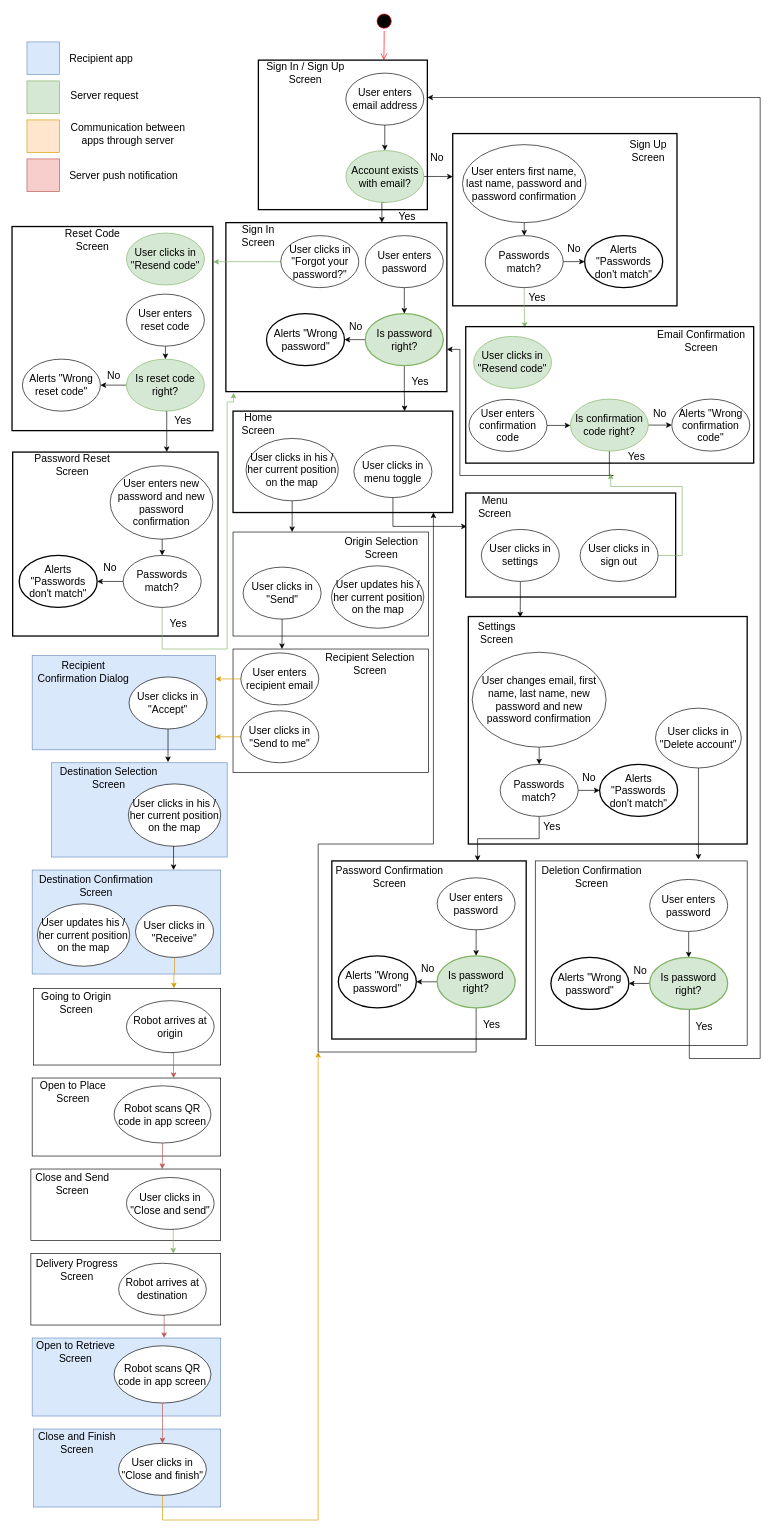
Before: app/modeling/App flowchart.drawio in developedby/DLVR, a draw.io diagram. Source tidied: cells renumbered, new cells numbered last; positions are measured from the earlier drawing's top-left corner, leaving out a move shared by most shapes. Both pictures are drawn from the tidied source at 65%, with x=0, y=0 at pixel (12, 11).
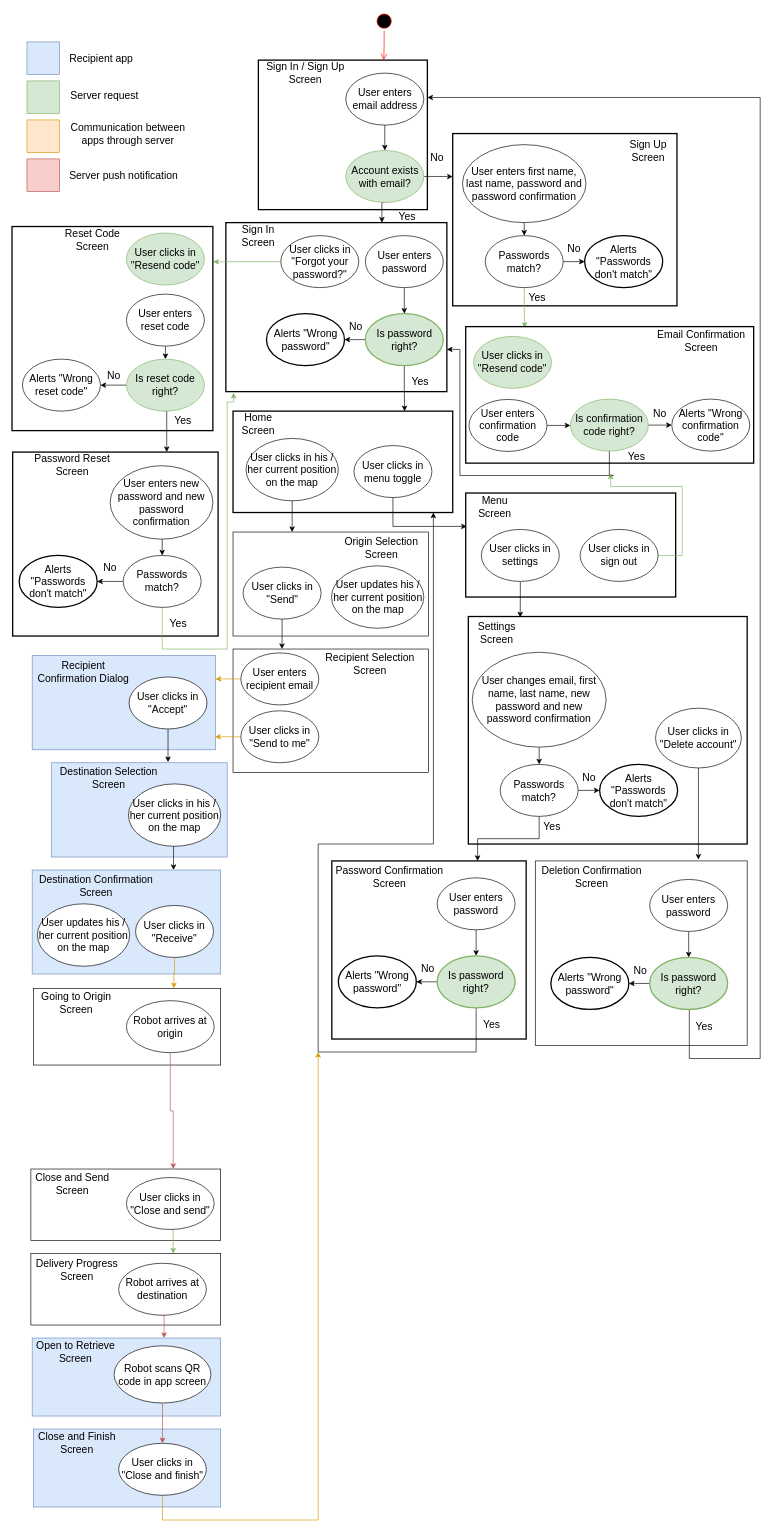
Above is the later version.

Commit message (it also covers changes not shown here):
Updated app flowchart

The change refers to these unchanged cells:
```xml
<mxCell id="138" value="&lt;font style=&quot;font-size: 16px&quot;&gt;Robot arrives at origin&lt;/font&gt;" style="ellipse;whiteSpace=wrap;html=1;" parent="1" vertex="1">
  <mxGeometry x="176" y="1522" width="135" height="80" as="geometry" />
</mxCell>
<mxCell id="143" style="rounded=0;whiteSpace=wrap;html=1;" parent="1" vertex="1">
  <mxGeometry x="29" y="1781" width="292" height="110" as="geometry" />
</mxCell>
```

What changed in the source:
```diff
@@
-    <mxCell id="137" style="edgeStyle=orthogonalEdgeStyle;rounded=0;jettySize=auto;html=1;exitX=0.5;exitY=1;exitDx=0;exitDy=0;entryX=0.75;entryY=0;entryDx=0;entryDy=0;fillColor=#f8cecc;strokeColor=#b85450;" parent="1" edge="1" source="138" target="139">
+    <mxCell id="137" style="edgeStyle=orthogonalEdgeStyle;rounded=0;jettySize=auto;html=1;exitX=0.5;exitY=1;exitDx=0;exitDy=0;entryX=0.75;entryY=0;entryDx=0;entryDy=0;fillColor=#f8cecc;strokeColor=#b85450;" parent="1" edge="1" source="138" target="143">
       <mxGeometry relative="1" as="geometry" />
     </mxCell>
@@
-    <mxCell id="139" style="rounded=0;whiteSpace=wrap;html=1;" parent="1" vertex="1">
-      <mxGeometry x="31" y="1641" width="290" height="120" as="geometry" />
-    </mxCell>
-    <mxCell id="140" value="&lt;font style=&quot;font-size: 16px&quot;&gt;Open to Place Screen&lt;/font&gt;" style="text;html=1;strokeColor=none;fillColor=none;align=center;verticalAlign=middle;whiteSpace=wrap;rounded=0;" parent="1" vertex="1">
-      <mxGeometry x="23" y="1653" width="142" height="20" as="geometry" />
-    </mxCell>
-    <mxCell id="141" style="edgeStyle=orthogonalEdgeStyle;rounded=0;jettySize=auto;html=1;exitX=0.5;exitY=1;exitDx=0;exitDy=0;entryX=0.692;entryY=0;entryDx=0;entryDy=0;entryPerimeter=0;fillColor=#f8cecc;strokeColor=#b85450;" parent="1" edge="1" source="142" target="143">
-      <mxGeometry relative="1" as="geometry" />
-    </mxCell>
-    <mxCell id="142" value="&lt;font style=&quot;font-size: 16px&quot;&gt;Robot scans QR code in app screen&lt;/font&gt;" style="ellipse;whiteSpace=wrap;html=1;" parent="1" vertex="1">
-      <mxGeometry x="157" y="1653" width="149" height="88" as="geometry" />
-    </mxCell>
```
